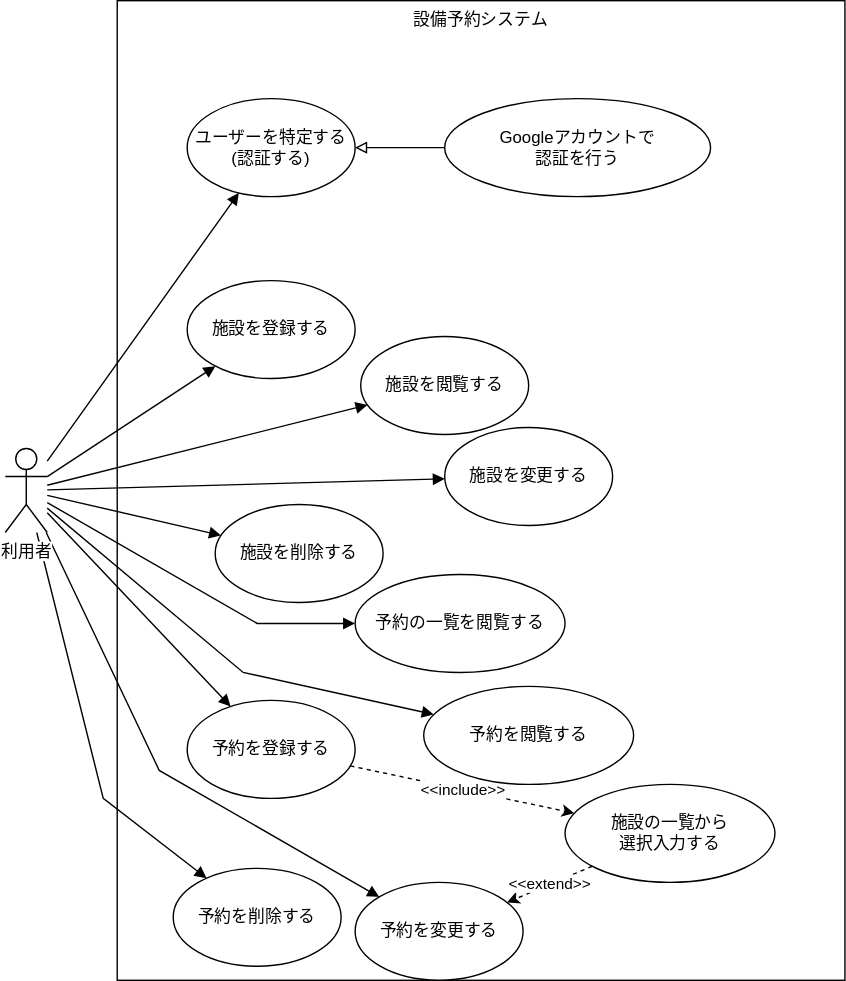
This is docs/usecase.drawio.svg from ebi311/facility-reservation, a draw.io export, as it was before one commit. Source tidied: cells renumbered, new cells last; positions are measured from the earlier drawing's top-left corner, leaving out a move shared by most shapes.
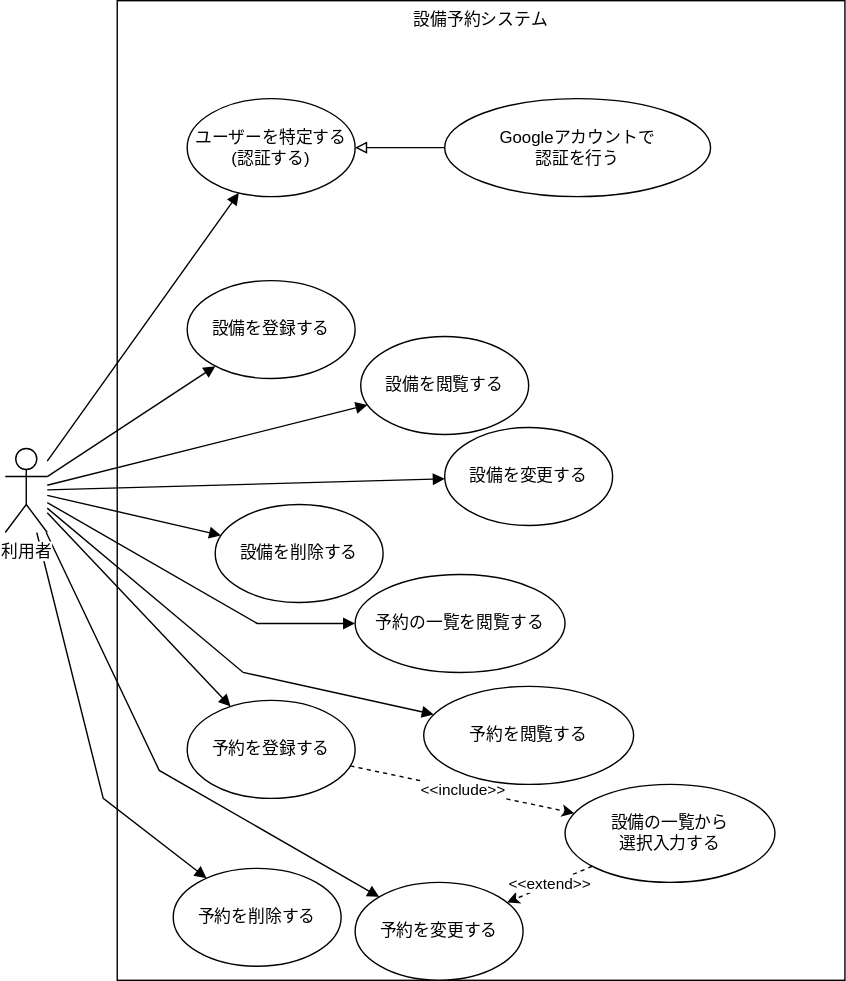
After the commit.

What changed in the source:
```diff
@@ -14,13 +14,13 @@
     <mxCell id="5" value="Googleアカウントで&lt;br&gt;認証を行う" style="ellipse;whiteSpace=wrap;html=1;" parent="1" vertex="1">
       <mxGeometry x="314" y="70" width="190" height="70" as="geometry" />
     </mxCell>
-    <mxCell id="6" value="施設を登録する" style="ellipse;whiteSpace=wrap;html=1;" parent="1" vertex="1">
+    <mxCell id="6" value="設備を登録する" style="ellipse;whiteSpace=wrap;html=1;" parent="1" vertex="1">
       <mxGeometry x="130" y="200" width="120" height="70" as="geometry" />
     </mxCell>
-    <mxCell id="7" value="施設を変更する" style="ellipse;whiteSpace=wrap;html=1;" parent="1" vertex="1">
+    <mxCell id="7" value="設備を変更する" style="ellipse;whiteSpace=wrap;html=1;" parent="1" vertex="1">
       <mxGeometry x="314" y="305" width="120" height="70" as="geometry" />
     </mxCell>
-    <mxCell id="8" value="施設を削除する" style="ellipse;whiteSpace=wrap;html=1;" parent="1" vertex="1">
+    <mxCell id="8" value="設備を削除する" style="ellipse;whiteSpace=wrap;html=1;" parent="1" vertex="1">
       <mxGeometry x="150" y="360" width="120" height="70" as="geometry" />
     </mxCell>
     <mxCell id="9" value="&amp;lt;&amp;lt;include&amp;gt;&amp;gt;" style="rounded=0;jettySize=auto;html=1;dashed=1;" parent="1" edge="1" source="10" target="28">
@@ -87,7 +87,7 @@
     <mxCell id="24" value="予約の一覧を閲覧する" style="ellipse;whiteSpace=wrap;html=1;" parent="1" vertex="1">
       <mxGeometry x="250" y="410" width="150" height="70" as="geometry" />
     </mxCell>
-    <mxCell id="25" value="施設を閲覧する" style="ellipse;whiteSpace=wrap;html=1;" parent="1" vertex="1">
+    <mxCell id="25" value="設備を閲覧する" style="ellipse;whiteSpace=wrap;html=1;" parent="1" vertex="1">
       <mxGeometry x="254" y="240" width="120" height="70" as="geometry" />
     </mxCell>
     <mxCell id="26" value="予約を閲覧する" style="ellipse;whiteSpace=wrap;html=1;" parent="1" vertex="1">
@@ -96,7 +96,7 @@
     <mxCell id="27" value="&amp;lt;&amp;lt;extend&amp;gt;&amp;gt;" style="edgeStyle=none;rounded=0;jettySize=auto;html=1;dashed=1;" parent="1" edge="1" source="28" target="11">
       <mxGeometry relative="1" as="geometry" />
     </mxCell>
-    <mxCell id="28" value="施設の一覧から&lt;br&gt;選択入力する" style="ellipse;whiteSpace=wrap;html=1;" parent="1" vertex="1">
+    <mxCell id="28" value="設備の一覧から&lt;br&gt;選択入力する" style="ellipse;whiteSpace=wrap;html=1;" parent="1" vertex="1">
       <mxGeometry x="400" y="560" width="150" height="70" as="geometry" />
     </mxCell>
   </root>
```
